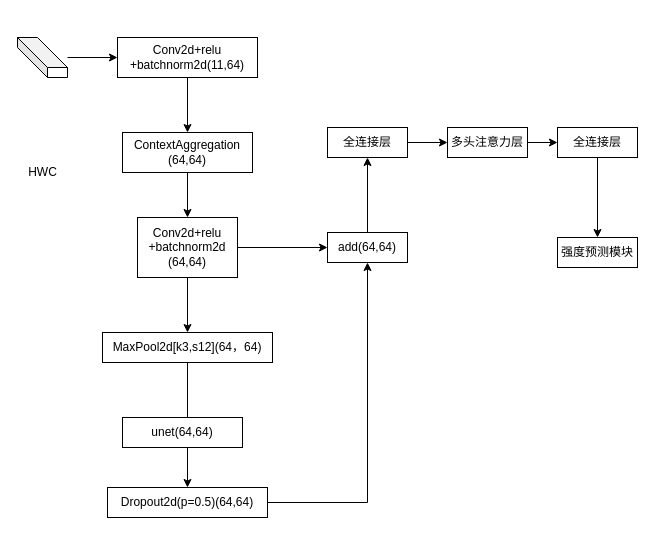
Earlier version of the draw.io diagram page "第 1 页" (1 of 2) of 强度建模框架.drawio (LB157/PhotoLibrary). Source tidied: cells renumbered, new cells numbered last; positions are measured from the earlier drawing's top-left corner, leaving out a move shared by most shapes. Both pictures are drawn from the tidied source at 100%, with x=0, y=0 at pixel (17, 37).
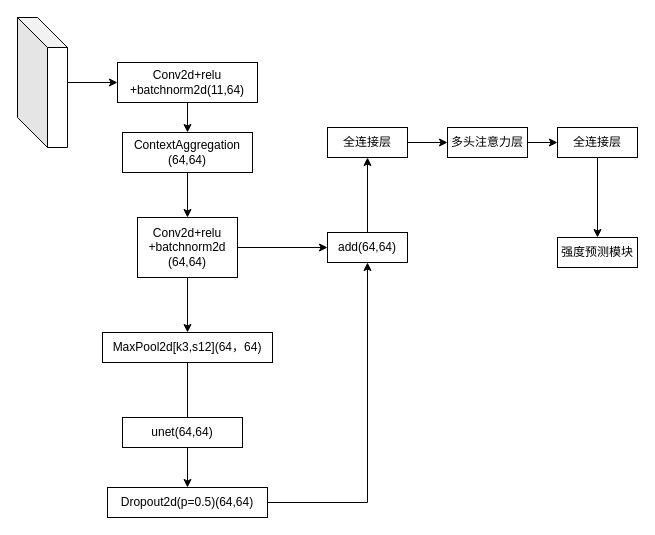
The same diagram, later.

Commit message:
更新强度建模框架.drawio

The edit, as a diff of the source:
```diff
@@
     <mxCell id="3" style="shape=cube;whiteSpace=wrap;html=1;boundedLbl=1;backgroundOutline=1;darkOpacity=0.05;darkOpacity2=0.1;rotation=0;size=30;" parent="1" vertex="1">
-      <mxGeometry width="50" height="40" as="geometry" />
+      <mxGeometry y="-20" width="50" height="130" as="geometry" />
     </mxCell>
-    <mxCell id="4" value="HWC" style="text;html=1;align=center;verticalAlign=middle;strokeColor=none;fillColor=none;" parent="1" vertex="1">
-      <mxGeometry y="120" width="50" height="30" as="geometry" />
-    </mxCell>
@@
     <mxCell id="6" value="Conv2d+relu&lt;br&gt;+batchnorm2d(11,64)" style="whiteSpace=wrap;html=1;" parent="1" vertex="1">
-      <mxGeometry x="100" width="140" height="40" as="geometry" />
+      <mxGeometry x="100" y="25" width="140" height="40" as="geometry" />
     </mxCell>
```
